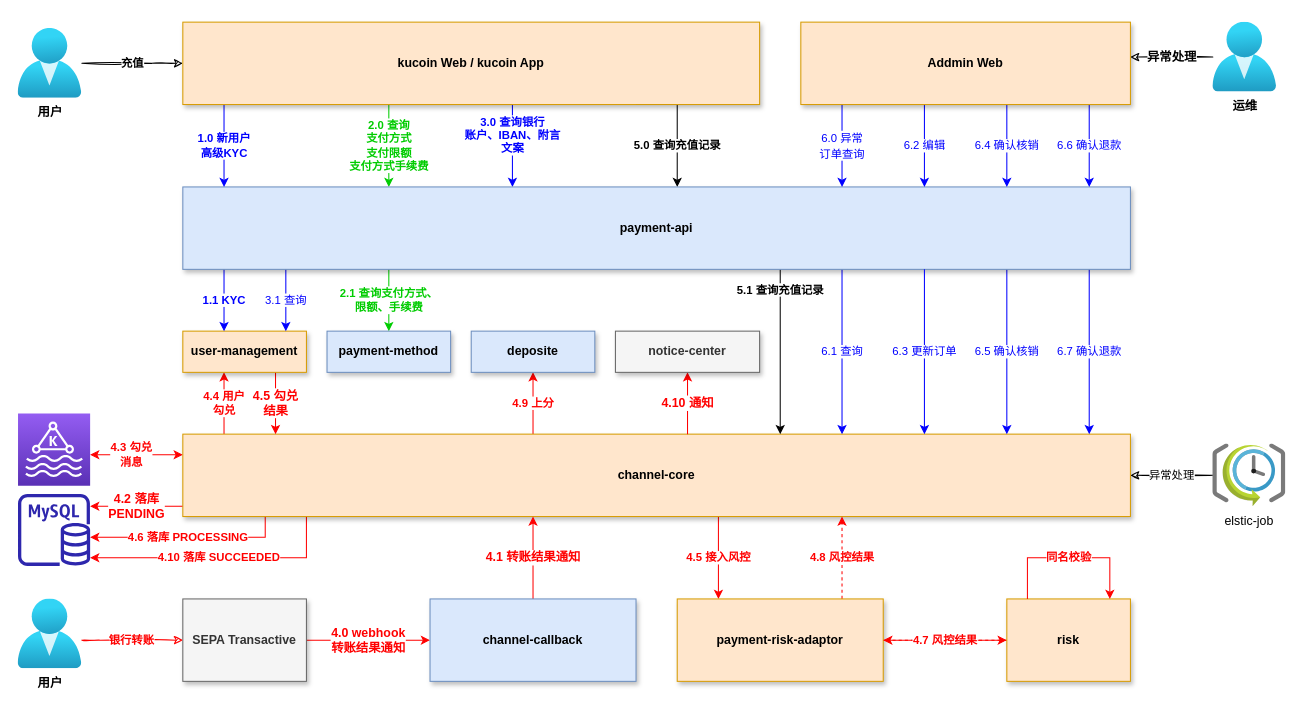
Before: page "SEPA 3.0" (4 of 5) of 库珀架构.drawio in JudeSheng/design, a draw.io diagram. Source tidied: cells renumbered, new cells numbered last; positions are measured from the earlier drawing's top-left corner, leaving out a move shared by most shapes. Both pictures are drawn from the tidied source at 103%, with x=0, y=0 at pixel (18, 22).
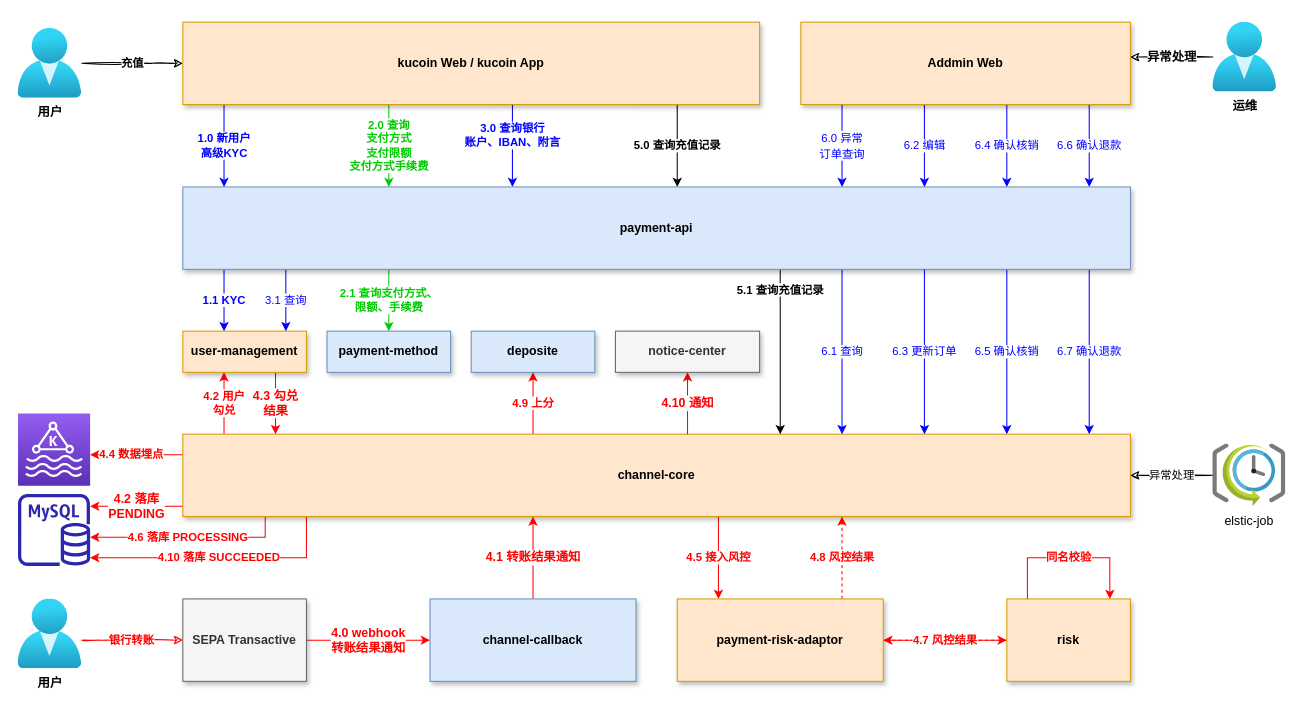
After the change.

The change refers to these unchanged cells:
```xml
<mxCell id="9" value="channel-core" style="rounded=0;whiteSpace=wrap;html=1;fontStyle=1;fontSize=12;fillColor=#ffe6cc;strokeColor=#d79b00;shadow=1;fontFamily=Helvetica;" parent="1" vertex="1">
  <mxGeometry x="160" y="400" width="920" height="80" as="geometry" />
</mxCell>
<mxCell id="15" value="user-management" style="rounded=0;whiteSpace=wrap;html=1;fontStyle=1;fontSize=12;fillColor=#ffe6cc;strokeColor=#d79b00;shadow=1;fontFamily=Helvetica;" parent="1" vertex="1">
  <mxGeometry x="160" y="300" width="120" height="40" as="geometry" />
</mxCell>
<mxCell id="33" value="payment-api" style="rounded=0;whiteSpace=wrap;html=1;fontStyle=1;fontSize=12;fillColor=#dae8fc;strokeColor=#6c8ebf;shadow=1;fontFamily=Helvetica;" parent="1" vertex="1">
  <mxGeometry x="160" y="160" width="920" height="80" as="geometry" />
</mxCell>
<mxCell id="52" style="sketch=0;points=[[0,0,0],[0.25,0,0],[0.5,0,0],[0.75,0,0],[1,0,0],[0,1,0],[0.25,1,0],[0.5,1,0],[0.75,1,0],[1,1,0],[0,0.25,0],[0,0.5,0],[0,0.75,0],[1,0.25,0],[1,0.5,0],[1,0.75,0]];outlineConnect=0;fontColor=#232F3E;gradientColor=#945DF2;gradientDirection=north;fillColor=#5A30B5;strokeColor=#ffffff;dashed=0;verticalLabelPosition=bottom;verticalAlign=top;align=center;html=1;fontSize=12;fontStyle=0;shape=mxgraph.aws4.resourceIcon;resIcon=mxgraph.aws4.managed_streaming_for_kafka;" parent="1" vertex="1">
  <mxGeometry y="380" width="70" height="70" as="geometry" />
</mxCell>
```

The edit, as a diff of the source:
```diff
@@
-    <mxCell id="5" value="&lt;span style=&quot;color: rgb(255, 0, 0); font-weight: 700;&quot;&gt;4.3 勾兑&lt;/span&gt;&lt;br style=&quot;color: rgb(255, 0, 0); font-weight: 700;&quot;&gt;&lt;span style=&quot;color: rgb(255, 0, 0); font-weight: 700;&quot;&gt;消息&lt;/span&gt;" style="edgeStyle=orthogonalEdgeStyle;rounded=0;jettySize=auto;html=1;fontColor=#0000FF;strokeColor=#FF0000;startArrow=classic;startFill=1;" parent="1" edge="1" source="9" target="52">
+    <mxCell id="5" value="&lt;span style=&quot;color: rgb(255, 0, 0); font-weight: 700;&quot;&gt;4.4 数据埋点&lt;/span&gt;" style="edgeStyle=orthogonalEdgeStyle;rounded=0;jettySize=auto;html=1;fontColor=#0000FF;strokeColor=#FF0000;startArrow=none;startFill=0;" parent="1" edge="1" source="9" target="52">
       <mxGeometry x="0.11" relative="1" as="geometry">
         <Array as="points">
-          <mxPoint x="110" y="420" />
-          <mxPoint x="110" y="420" />
+          <mxPoint x="90" y="420" />
+          <mxPoint x="90" y="420" />
         </Array>
       </mxGeometry>
     </mxCell>
@@
-    <mxCell id="8" value="4.4 用户&lt;br&gt;勾兑" style="edgeStyle=orthogonalEdgeStyle;rounded=0;jettySize=auto;html=1;fontColor=#FF0000;startArrow=none;startFill=0;strokeColor=#FF0000;fontStyle=1;" parent="1" edge="1" source="9" target="15">
+    <mxCell id="8" value="4.2 用户&lt;br&gt;勾兑" style="edgeStyle=orthogonalEdgeStyle;rounded=0;jettySize=auto;html=1;fontColor=#FF0000;startArrow=none;startFill=0;strokeColor=#FF0000;fontStyle=1;" parent="1" edge="1" source="9" target="15">
       <mxGeometry relative="1" as="geometry">
         <Array as="points">
           <mxPoint x="200" y="390" />
           <mxPoint x="200" y="390" />
         </Array>
       </mxGeometry>
     </mxCell>
@@
-    <mxCell id="14" value="4.5 勾兑&lt;br&gt;结果" style="edgeStyle=orthogonalEdgeStyle;rounded=0;sketch=0;jettySize=auto;html=1;shadow=0;fontSize=12;fontColor=#FF0000;endSize=6;strokeWidth=1;strokeColor=#FF0000;fontStyle=1;fontFamily=Helvetica;" parent="1" edge="1" source="15" target="9">
+    <mxCell id="14" value="4.3 勾兑&lt;br&gt;结果" style="edgeStyle=orthogonalEdgeStyle;rounded=0;sketch=0;jettySize=auto;html=1;shadow=0;fontSize=12;fontColor=#FF0000;endSize=6;strokeWidth=1;strokeColor=#FF0000;fontStyle=1;fontFamily=Helvetica;" parent="1" edge="1" source="15" target="9">
       <mxGeometry relative="1" as="geometry">
         <Array as="points">
           <mxPoint x="250" y="370" />
           <mxPoint x="250" y="370" />
         </Array>
       </mxGeometry>
     </mxCell>
@@
-    <mxCell id="23" value="3.0 查询银行&lt;br&gt;账户、IBAN、附言&lt;br&gt;文案" style="edgeStyle=orthogonalEdgeStyle;rounded=0;jettySize=auto;html=1;fontColor=#0000FF;strokeColor=#0000FF;shadow=0;sketch=0;fontFamily=Helvetica;fontStyle=1;" parent="1" edge="1" target="33">
+    <mxCell id="23" value="3.0 查询银行&lt;br&gt;账户、IBAN、附言" style="edgeStyle=orthogonalEdgeStyle;rounded=0;jettySize=auto;html=1;fontColor=#0000FF;strokeColor=#0000FF;shadow=0;sketch=0;fontFamily=Helvetica;fontStyle=1;" parent="1" edge="1" target="33">
       <mxGeometry relative="1" as="geometry">
         <mxPoint x="460" y="80" as="sourcePoint" />
         <Array as="points">
           <mxPoint x="480" y="80" />
         </Array>
       </mxGeometry>
     </mxCell>
```
